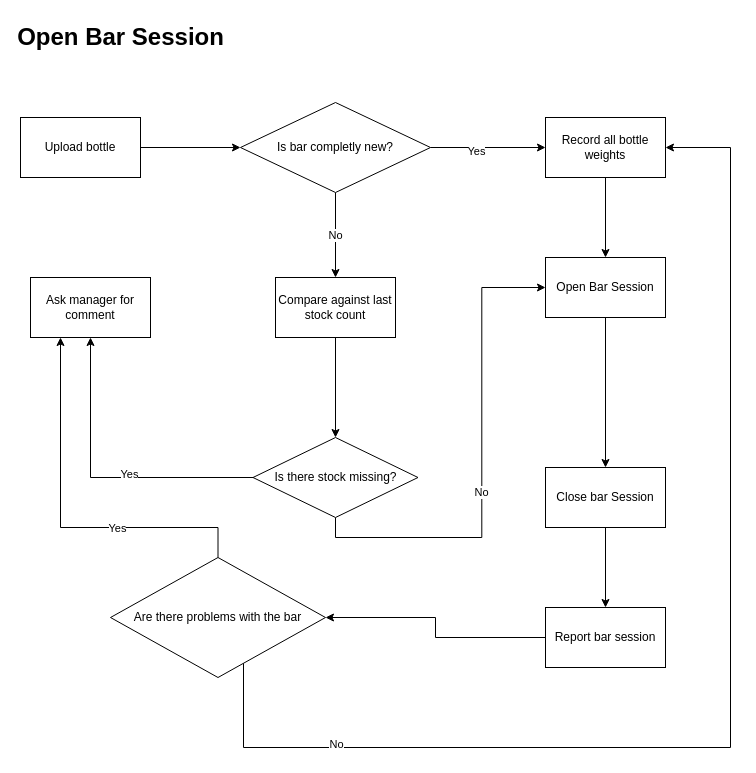
jake4327/Fundamental_Project keeps this draw.io diagram as page "Bar session" (3 of 3) of pour_spirit.drawio. Above is the earlier version. Source tidied: cells renumbered, new cells numbered last; positions are measured from the earlier drawing's top-left corner, leaving out a move shared by most shapes. Both pictures are drawn from the tidied source at 100%, with x=0, y=0 at pixel (20, 17).
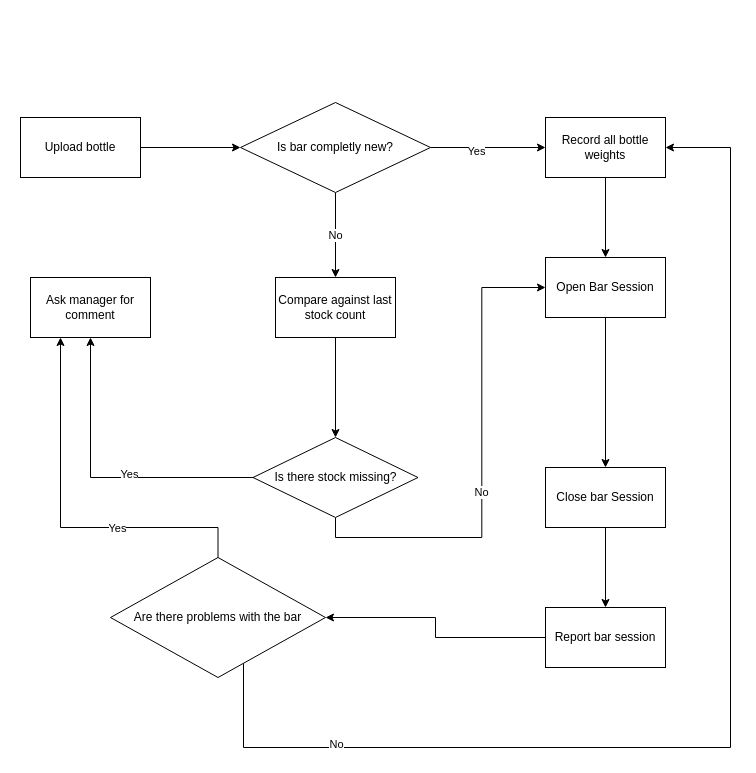
After the change.

What changed in the source:
```diff
@@
-    <mxCell id="2" value="Open Bar Session" style="text;strokeColor=none;fillColor=none;html=1;fontSize=24;fontStyle=1;verticalAlign=middle;align=center;" parent="1" vertex="1">
-      <mxGeometry x="50" width="100" height="40" as="geometry" />
-    </mxCell>
```
